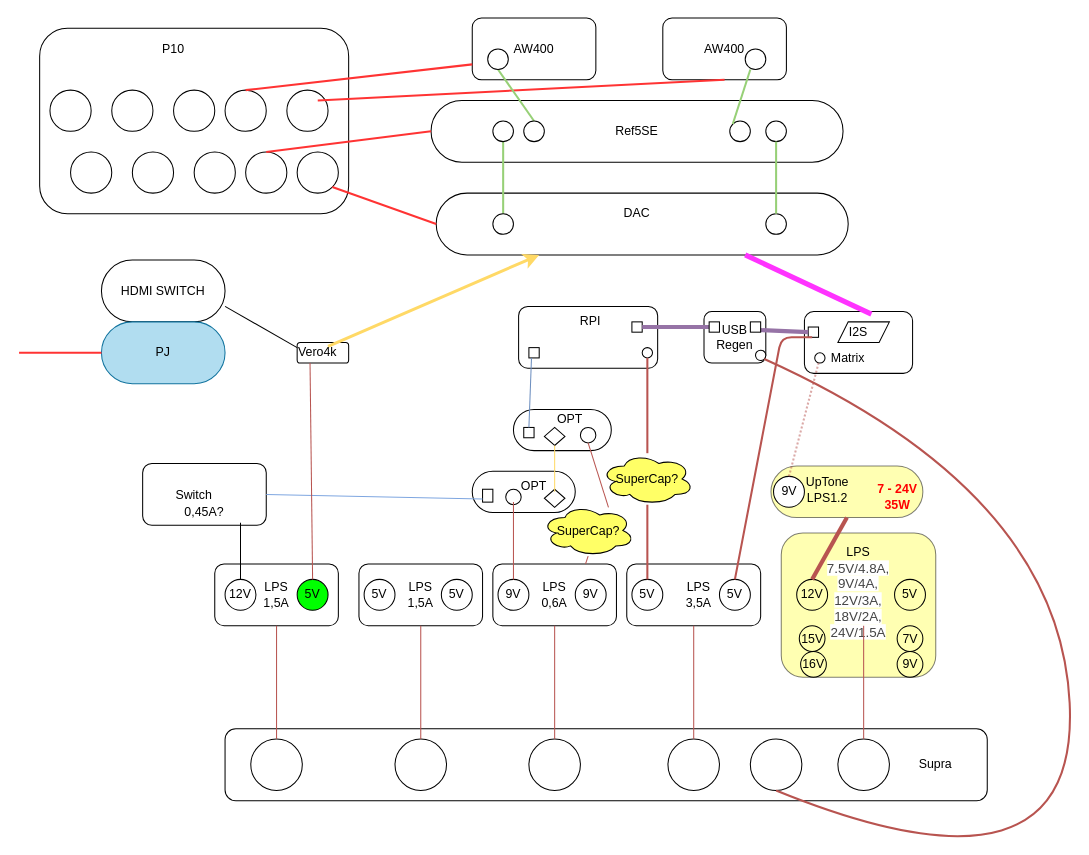
maniac0r/audio keeps this draw.io diagram as Audio2020.drawio. Above is the earlier version. Source tidied: cells renumbered, new cells numbered last; positions are measured from the earlier drawing's top-left corner, leaving out a move shared by most shapes. Both pictures are drawn from the tidied source at 103%, with x=0, y=0 at pixel (19, 18).
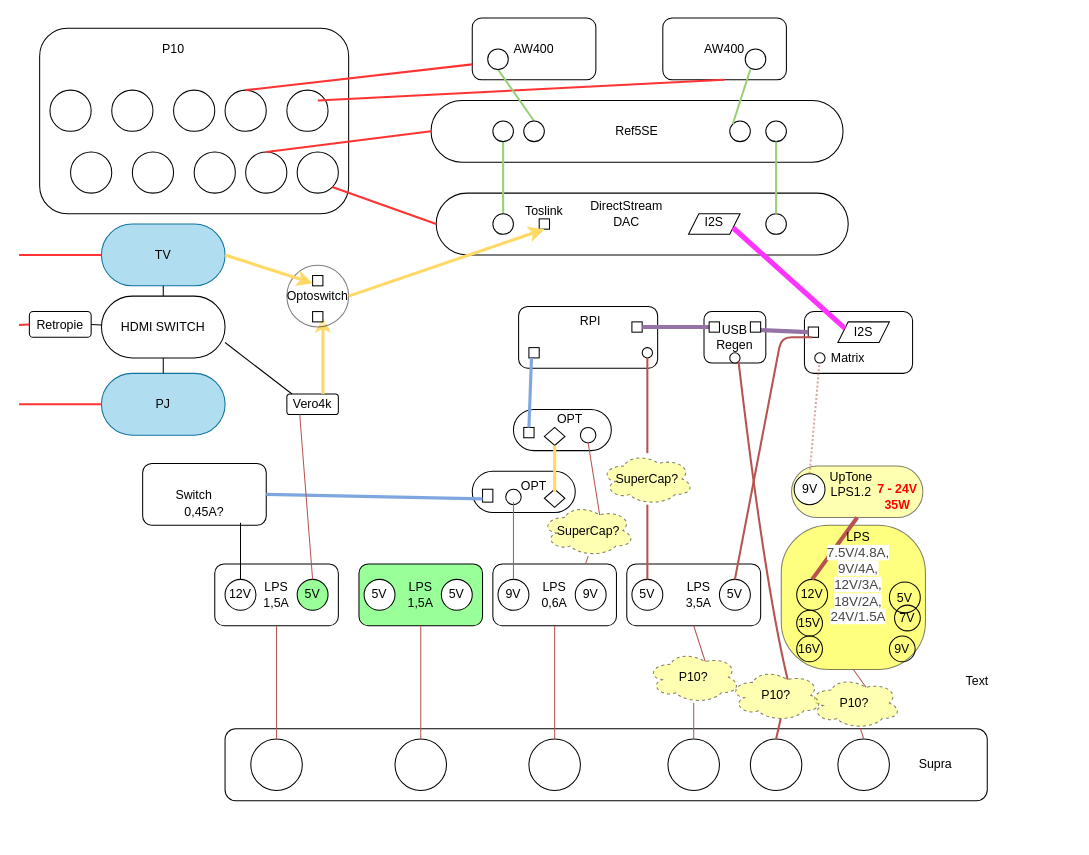
Above is the later version.

Unchanged cells that the change refers to:
```xml
<mxCell id="8" style="rounded=1;whiteSpace=wrap;html=1;" parent="1" vertex="1">
  <mxGeometry x="120" y="432.5" width="120" height="60" as="geometry" />
</mxCell>
<mxCell id="23" style="rounded=1;whiteSpace=wrap;html=1;" parent="1" vertex="1">
  <mxGeometry x="590" y="530" width="130" height="60" as="geometry" />
</mxCell>
<mxCell id="31" style="ellipse;whiteSpace=wrap;html=1;rotation=0;direction=south;" parent="1" vertex="1">
  <mxGeometry x="630" y="700" width="50" height="50" as="geometry" />
</mxCell>
<mxCell id="32" style="ellipse;whiteSpace=wrap;html=1;rotation=0;direction=south;" parent="1" vertex="1">
  <mxGeometry x="710" y="700" width="50" height="50" as="geometry" />
</mxCell>
<mxCell id="33" style="ellipse;whiteSpace=wrap;html=1;rotation=0;direction=south;" parent="1" vertex="1">
  <mxGeometry x="795" y="700" width="50" height="50" as="geometry" />
</mxCell>
<mxCell id="42" style="ellipse;whiteSpace=wrap;html=1;" parent="1" vertex="1">
  <mxGeometry x="545" y="397.5" width="15" height="15" as="geometry" />
</mxCell>
<mxCell id="46" style="rhombus;whiteSpace=wrap;html=1;rotation=-180;" parent="1" vertex="1">
  <mxGeometry x="510" y="397.5" width="20" height="17.5" as="geometry" />
</mxCell>
<mxCell id="54" style="rounded=0;whiteSpace=wrap;html=1;" parent="1" vertex="1">
  <mxGeometry x="495" y="320" width="10" height="10" as="geometry" />
</mxCell>
<mxCell id="55" style="rounded=0;whiteSpace=wrap;html=1;" parent="1" vertex="1">
  <mxGeometry x="490" y="397.5" width="10" height="10" as="geometry" />
</mxCell>
<mxCell id="57" style="rounded=0;whiteSpace=wrap;html=1;" parent="1" vertex="1">
  <mxGeometry x="450" y="457.5" width="10" height="12.5" as="geometry" />
</mxCell>
<mxCell id="72" style="shape=parallelogram;perimeter=parallelogramPerimeter;whiteSpace=wrap;html=1;" parent="1" vertex="1">
  <mxGeometry x="795" y="295" width="50" height="20" as="geometry" />
</mxCell>
```

Change to the diagram source:
```diff
@@
+    <mxCell id="131" style="rounded=1;whiteSpace=wrap;html=1;" parent="1" vertex="1">
+      <mxGeometry x="10" y="285" width="60" height="25" as="geometry" />
+    </mxCell>
+    <mxCell id="77" style="rounded=1;whiteSpace=wrap;html=1;arcSize=50;" parent="1" vertex="1">
+      <mxGeometry x="405" y="170" width="400" height="60" as="geometry" />
+    </mxCell>
+    <mxCell id="132" style="shape=parallelogram;perimeter=parallelogramPerimeter;whiteSpace=wrap;html=1;" parent="1" vertex="1">
+      <mxGeometry x="650" y="190" width="50" height="20" as="geometry" />
+    </mxCell>
+    <mxCell id="5" style="rounded=1;whiteSpace=wrap;html=1;" parent="1" vertex="1">
+      <mxGeometry x="762.5" y="285" width="105" height="60" as="geometry" />
+    </mxCell>
@@
     <mxCell id="3" style="rounded=1;whiteSpace=wrap;html=1;" parent="1" vertex="1">
-      <mxGeometry x="270" y="315" width="50" height="20" as="geometry" />
+      <mxGeometry x="260" y="365" width="50" height="20" as="geometry" />
     </mxCell>
-    <mxCell id="4" style="rounded=1;whiteSpace=wrap;html=1;fillColor=#FFFF66;opacity=50;" parent="1" vertex="1">
-      <mxGeometry x="740" y="500" width="150" height="140" as="geometry" />
+    <mxCell id="4" style="rounded=1;whiteSpace=wrap;html=1;opacity=50;fillColor=#FFFF00;arcSize=33;" parent="1" vertex="1">
+      <mxGeometry x="740" y="492.5" width="140" height="140" as="geometry" />
     </mxCell>
-    <mxCell id="5" style="rounded=1;whiteSpace=wrap;html=1;" parent="1" vertex="1">
-      <mxGeometry x="762.5" y="285" width="105" height="60" as="geometry" />
-    </mxCell>
     <mxCell id="6" value="7V" style="ellipse;whiteSpace=wrap;html=1;fillColor=none;" parent="1" vertex="1">
-      <mxGeometry x="852.5" y="590" width="25" height="25" as="geometry" />
+      <mxGeometry x="850" y="570" width="25" height="25" as="geometry" />
     </mxCell>
     <mxCell id="7" value="15V" style="ellipse;whiteSpace=wrap;html=1;fillColor=none;" parent="1" vertex="1">
-      <mxGeometry x="757.5" y="590" width="25" height="25" as="geometry" />
+      <mxGeometry x="755" y="575" width="25" height="25" as="geometry" />
     </mxCell>
@@
-    <mxCell id="13" value="5V" style="ellipse;whiteSpace=wrap;html=1;fillColor=#00FF00;" parent="1" vertex="1">
+    <mxCell id="13" value="5V" style="ellipse;whiteSpace=wrap;html=1;fillColor=#99FF99;" parent="1" vertex="1">
       <mxGeometry x="270" y="545" width="30" height="30" as="geometry" />
     </mxCell>
@@
-    <mxCell id="15" style="rounded=1;whiteSpace=wrap;html=1;" parent="1" vertex="1">
+    <mxCell id="15" style="rounded=1;whiteSpace=wrap;html=1;fillColor=#99FF99;" parent="1" vertex="1">
       <mxGeometry x="330" y="530" width="120" height="60" as="geometry" />
     </mxCell>
@@
-    <mxCell id="37" style="endArrow=none;html=1;fillColor=#f8cecc;strokeColor=#B85450;entryX=0.5;entryY=1;entryDx=0;entryDy=0;exitX=0;exitY=0.5;exitDx=0;exitDy=0;" parent="1" edge="1" source="31" target="23">
+    <mxCell id="37" style="endArrow=none;html=1;fillColor=#f8cecc;strokeColor=#B85450;entryX=0.5;entryY=1;entryDx=0;entryDy=0;exitX=0.625;exitY=0.2;exitDx=0;exitDy=0;exitPerimeter=0;" parent="1" edge="1" source="149" target="23">
       <mxGeometry relative="1" as="geometry" />
     </mxCell>
@@
-    <mxCell id="44" style="endArrow=none;html=1;fillColor=#f8cecc;strokeColor=#B85450;exitX=0.75;exitY=0;exitDx=0;exitDy=0;entryX=0.5;entryY=1;entryDx=0;entryDy=0;" parent="1" edge="1" source="123" target="42">
+    <mxCell id="44" style="endArrow=none;html=1;fillColor=#f8cecc;strokeColor=#B85450;exitX=0.625;exitY=0.2;exitDx=0;exitDy=0;entryX=0.5;entryY=1;entryDx=0;entryDy=0;exitPerimeter=0;" parent="1" edge="1" source="123" target="42">
       <mxGeometry relative="1" as="geometry" />
     </mxCell>
@@
-    <mxCell id="47" style="endArrow=none;html=1;fillColor=#f8cecc;entryX=0.5;entryY=0;entryDx=0;entryDy=0;strokeColor=#FFD966;" parent="1" edge="1" target="46">
+    <mxCell id="47" style="endArrow=none;html=1;fillColor=#f8cecc;entryX=0.5;entryY=0;entryDx=0;entryDy=0;strokeColor=#FFD966;strokeWidth=3;" parent="1" edge="1" target="46">
       <mxGeometry relative="1" as="geometry">
         <mxPoint x="520" y="460" as="sourcePoint" />
       </mxGeometry>
     </mxCell>
@@
-    <mxCell id="56" style="endArrow=none;html=1;strokeColor=#6c8ebf;fillColor=#dae8fc;exitX=0.5;exitY=0;exitDx=0;exitDy=0;entryX=0.25;entryY=1;entryDx=0;entryDy=0;" parent="1" edge="1" source="55" target="54">
+    <mxCell id="56" style="endArrow=none;html=1;fillColor=#dae8fc;exitX=0.5;exitY=0;exitDx=0;exitDy=0;entryX=0.25;entryY=1;entryDx=0;entryDy=0;strokeWidth=3;strokeColor=#7EA6E0;" parent="1" edge="1" source="55" target="54">
       <mxGeometry relative="1" as="geometry" />
     </mxCell>
@@
-    <mxCell id="58" style="endArrow=none;html=1;strokeColor=#7EA6E0;entryX=0;entryY=0.75;entryDx=0;entryDy=0;exitX=1;exitY=0.5;exitDx=0;exitDy=0;" parent="1" edge="1" source="8" target="57">
+    <mxCell id="58" style="endArrow=none;html=1;strokeColor=#7EA6E0;entryX=0;entryY=0.75;entryDx=0;entryDy=0;exitX=1;exitY=0.5;exitDx=0;exitDy=0;strokeWidth=3;" parent="1" edge="1" source="8" target="57">
       <mxGeometry relative="1" as="geometry" />
     </mxCell>
@@
     <mxCell id="64" style="rounded=1;whiteSpace=wrap;html=1;arcSize=50;fillColor=#FFFF66;opacity=50;" parent="1" vertex="1">
-      <mxGeometry x="730" y="435" width="147.5" height="50" as="geometry" />
+      <mxGeometry x="750" y="435" width="127.5" height="50" as="geometry" />
     </mxCell>
     <mxCell id="65" value="UpTone LPS1.2" style="text;html=1;strokeColor=none;fillColor=none;align=center;verticalAlign=middle;whiteSpace=wrap;rounded=0;rotation=0;" parent="1" vertex="1">
-      <mxGeometry x="765" y="445" width="40" height="25" as="geometry" />
+      <mxGeometry x="787.5" y="440" width="40" height="25" as="geometry" />
     </mxCell>
@@
     <mxCell id="67" value="9V" style="ellipse;whiteSpace=wrap;html=1;" parent="1" vertex="1">
-      <mxGeometry x="732.5" y="445" width="30" height="30" as="geometry" />
+      <mxGeometry x="752.5" y="442.5" width="30" height="30" as="geometry" />
     </mxCell>
     <mxCell id="68" value="LPS&lt;br&gt;&lt;span style=&quot;color: rgb(68 , 68 , 68) ; font-family: &amp;#34;helvetica&amp;#34; , &amp;#34;arial&amp;#34; , sans-serif ; font-size: 13px ; text-align: left ; background-color: rgb(255 , 255 , 255)&quot;&gt;7.5V/4.8A, 9V/4A, 12V/3A, 18V/2A, 24V/1.5A&lt;/span&gt;" style="text;html=1;strokeColor=none;fillColor=none;align=center;verticalAlign=middle;whiteSpace=wrap;rounded=0;" parent="1" vertex="1">
-      <mxGeometry x="795" y="550" width="40" height="15" as="geometry" />
+      <mxGeometry x="795" y="535" width="40" height="15" as="geometry" />
     </mxCell>
     <mxCell id="69" value="16V" style="ellipse;whiteSpace=wrap;html=1;fillColor=none;" parent="1" vertex="1">
-      <mxGeometry x="758.8" y="615" width="25" height="25" as="geometry" />
+      <mxGeometry x="755" y="600" width="25" height="25" as="geometry" />
     </mxCell>
     <mxCell id="70" value="5V" style="ellipse;whiteSpace=wrap;html=1;fillColor=none;" parent="1" vertex="1">
-      <mxGeometry x="850" y="545" width="30" height="30" as="geometry" />
+      <mxGeometry x="845" y="547.5" width="30" height="30" as="geometry" />
     </mxCell>
     <mxCell id="71" value="9V" style="ellipse;whiteSpace=wrap;html=1;fillColor=none;" parent="1" vertex="1">
-      <mxGeometry x="852.5" y="615" width="25" height="25" as="geometry" />
+      <mxGeometry x="845" y="600" width="25" height="25" as="geometry" />
     </mxCell>
@@
     <mxCell id="73" value="I2S" style="text;html=1;strokeColor=none;fillColor=none;align=center;verticalAlign=middle;whiteSpace=wrap;rounded=0;" parent="1" vertex="1">
-      <mxGeometry x="790" y="287.5" width="50" height="35" as="geometry" />
+      <mxGeometry x="795" y="290" width="50" height="30" as="geometry" />
     </mxCell>
@@
-    <mxCell id="77" style="rounded=1;whiteSpace=wrap;html=1;arcSize=50;" parent="1" vertex="1">
-      <mxGeometry x="405" y="170" width="400" height="60" as="geometry" />
-    </mxCell>
-    <mxCell id="78" value="DAC" style="text;html=1;strokeColor=none;fillColor=none;align=center;verticalAlign=middle;whiteSpace=wrap;rounded=0;" parent="1" vertex="1">
-      <mxGeometry x="580" y="180" width="40" height="20" as="geometry" />
+    <mxCell id="78" value="DirectStream DAC" style="text;html=1;strokeColor=none;fillColor=none;align=center;verticalAlign=middle;whiteSpace=wrap;rounded=0;" parent="1" vertex="1">
+      <mxGeometry x="540" y="180" width="100" height="20" as="geometry" />
     </mxCell>
-    <mxCell id="79" style="endArrow=none;html=1;entryX=0.75;entryY=1;entryDx=0;entryDy=0;exitX=0.75;exitY=0;exitDx=0;exitDy=0;strokeColor=#FF33FF;strokeWidth=5;" parent="1" edge="1" source="73" target="77">
+    <mxCell id="79" style="endArrow=none;html=1;entryX=1;entryY=0.75;entryDx=0;entryDy=0;strokeColor=#FF33FF;strokeWidth=5;exitX=0;exitY=0.25;exitDx=0;exitDy=0;" parent="1" edge="1" source="72" target="132">
       <mxGeometry relative="1" as="geometry" />
     </mxCell>
@@
-    <mxCell id="82" style="endArrow=none;html=1;fillColor=#f8cecc;strokeColor=#B85450;exitX=0;exitY=0.5;exitDx=0;exitDy=0;" parent="1" edge="1" source="33">
-      <mxGeometry relative="1" as="geometry">
-        <mxPoint x="820" y="590" as="targetPoint" />
-      </mxGeometry>
+    <mxCell id="82" style="endArrow=none;html=1;fillColor=#f8cecc;strokeColor=#B85450;exitX=0.5;exitY=1;exitDx=0;exitDy=0;entryX=0.625;entryY=0.2;entryDx=0;entryDy=0;entryPerimeter=0;" parent="1" edge="1" source="4" target="151">
+      <mxGeometry relative="1" as="geometry" />
     </mxCell>
@@
-    <mxCell id="114" style="endArrow=classic;html=1;entryX=0.25;entryY=1;entryDx=0;entryDy=0;fillColor=#fad7ac;strokeColor=#FFD966;rounded=1;strokeWidth=3;exitX=0.75;exitY=0.188;exitDx=0;exitDy=0;exitPerimeter=0;" parent="1" edge="1" source="116" target="77">
-      <mxGeometry relative="1" as="geometry" />
-    </mxCell>
@@
     <mxCell id="116" value="Vero4k" style="text;html=1;strokeColor=none;fillColor=none;align=center;verticalAlign=middle;whiteSpace=wrap;rounded=0;" parent="1" vertex="1">
-      <mxGeometry x="270" y="315" width="40" height="20" as="geometry" />
+      <mxGeometry x="265" y="365" width="40" height="20" as="geometry" />
     </mxCell>
     <mxCell id="117" value="HDMI SWITCH" style="rounded=1;whiteSpace=wrap;html=1;arcSize=50;" parent="1" vertex="1">
-      <mxGeometry x="80" y="235" width="120" height="60" as="geometry" />
+      <mxGeometry x="80" y="270" width="120" height="60" as="geometry" />
     </mxCell>
-    <mxCell id="118" style="endArrow=none;html=1;strokeWidth=1;entryX=0;entryY=0.25;entryDx=0;entryDy=0;exitX=1;exitY=0.75;exitDx=0;exitDy=0;" parent="1" edge="1" source="117" target="116">
+    <mxCell id="118" style="endArrow=none;html=1;strokeWidth=1;exitX=1;exitY=0.75;exitDx=0;exitDy=0;entryX=0;entryY=0;entryDx=0;entryDy=0;" parent="1" edge="1" source="117" target="116">
       <mxGeometry relative="1" as="geometry" />
     </mxCell>
     <mxCell id="119" value="PJ" style="rounded=1;whiteSpace=wrap;html=1;fillColor=#b1ddf0;arcSize=50;strokeColor=#10739e;" parent="1" vertex="1">
-      <mxGeometry x="80" y="295" width="120" height="60" as="geometry" />
+      <mxGeometry x="80" y="345" width="120" height="60" as="geometry" />
     </mxCell>
     <mxCell id="120" style="endArrow=none;html=1;strokeWidth=2;strokeColor=#FF3333;exitX=0;exitY=0.5;exitDx=0;exitDy=0;" parent="1" edge="1" source="119">
       <mxGeometry relative="1" as="geometry">
-        <mxPoint y="325" as="targetPoint" />
+        <mxPoint y="375" as="targetPoint" />
       </mxGeometry>
     </mxCell>
-    <mxCell id="121" value="SuperCap?" style="ellipse;shape=cloud;whiteSpace=wrap;html=1;fillColor=#FFFF66;" parent="1" vertex="1">
+    <mxCell id="121" value="SuperCap?" style="ellipse;shape=cloud;whiteSpace=wrap;html=1;fillColor=#FFFF66;dashed=1;opacity=50;" parent="1" vertex="1">
       <mxGeometry x="565" y="422.5" width="90" height="50" as="geometry" />
     </mxCell>
@@
-    <mxCell id="123" value="SuperCap?" style="ellipse;shape=cloud;whiteSpace=wrap;html=1;fillColor=#FFFF66;" parent="1" vertex="1">
+    <mxCell id="123" value="SuperCap?" style="ellipse;shape=cloud;whiteSpace=wrap;html=1;fillColor=#FFFF66;dashed=1;opacity=50;" parent="1" vertex="1">
       <mxGeometry x="507.5" y="472.5" width="90" height="50" as="geometry" />
     </mxCell>
@@
     <mxCell id="127" style="ellipse;whiteSpace=wrap;html=1;" parent="1" vertex="1">
-      <mxGeometry x="715" y="322.5" width="10" height="10" as="geometry" />
+      <mxGeometry x="690" y="325" width="10" height="10" as="geometry" />
     </mxCell>
-    <mxCell id="128" style="endArrow=none;html=1;fillColor=#f8cecc;strokeColor=#B85450;exitX=1;exitY=0.5;exitDx=0;exitDy=0;curved=1;entryX=1;entryY=1;entryDx=0;entryDy=0;strokeWidth=2;" parent="1" edge="1" source="32" target="127">
+    <mxCell id="128" style="endArrow=none;html=1;fillColor=#f8cecc;strokeColor=#B85450;exitX=0.625;exitY=0.2;exitDx=0;exitDy=0;curved=1;entryX=1;entryY=1;entryDx=0;entryDy=0;strokeWidth=2;exitPerimeter=0;" parent="1" edge="1" source="154" target="127">
       <mxGeometry relative="1" as="geometry">
         <Array as="points">
-          <mxPoint x="1030" y="870" />
-          <mxPoint x="1010" y="460" />
+          <mxPoint x="724" y="550" />
         </Array>
       </mxGeometry>
     </mxCell>
@@
+    <mxCell id="133" style="rounded=0;whiteSpace=wrap;html=1;" parent="1" vertex="1">
+      <mxGeometry x="505" y="195" width="10" height="10" as="geometry" />
+    </mxCell>
+    <mxCell id="134" value="I2S" style="text;html=1;strokeColor=none;fillColor=none;align=center;verticalAlign=middle;whiteSpace=wrap;rounded=0;" parent="1" vertex="1">
+      <mxGeometry x="650" y="180" width="50" height="35" as="geometry" />
+    </mxCell>
+    <mxCell id="135" value="Toslink" style="text;html=1;strokeColor=none;fillColor=none;align=center;verticalAlign=middle;whiteSpace=wrap;rounded=0;" parent="1" vertex="1">
+      <mxGeometry x="485" y="170" width="50" height="35" as="geometry" />
+    </mxCell>
+    <mxCell id="136" style="endArrow=classic;html=1;entryX=1;entryY=0.5;entryDx=0;entryDy=0;fillColor=#fad7ac;strokeColor=#FFD966;rounded=1;strokeWidth=3;exitX=0.75;exitY=0;exitDx=0;exitDy=0;" parent="1" edge="1" source="116" target="138">
+      <mxGeometry relative="1" as="geometry" />
+    </mxCell>
+    <mxCell id="137" value="Optoswitch" style="ellipse;whiteSpace=wrap;html=1;opacity=50;" parent="1" vertex="1">
+      <mxGeometry x="260" y="240" width="60" height="60" as="geometry" />
+    </mxCell>
+    <mxCell id="138" style="rounded=0;whiteSpace=wrap;html=1;" parent="1" vertex="1">
+      <mxGeometry x="285" y="285" width="10" height="10" as="geometry" />
+    </mxCell>
+    <mxCell id="139" style="rounded=0;whiteSpace=wrap;html=1;" parent="1" vertex="1">
+      <mxGeometry x="285" y="250" width="10" height="10" as="geometry" />
+    </mxCell>
+    <mxCell id="140" style="endArrow=classic;html=1;entryX=0.5;entryY=1;entryDx=0;entryDy=0;fillColor=#fad7ac;strokeColor=#FFD966;rounded=1;strokeWidth=3;exitX=1;exitY=0.5;exitDx=0;exitDy=0;" parent="1" edge="1" source="137" target="135">
+      <mxGeometry relative="1" as="geometry" />
+    </mxCell>
+    <mxCell id="141" style="endArrow=none;html=1;strokeWidth=1;entryX=0.5;entryY=0;entryDx=0;entryDy=0;exitX=0.5;exitY=1;exitDx=0;exitDy=0;" parent="1" edge="1" source="117" target="119">
+      <mxGeometry relative="1" as="geometry" />
+    </mxCell>
+    <mxCell id="142" value="TV" style="rounded=1;whiteSpace=wrap;html=1;fillColor=#b1ddf0;arcSize=50;strokeColor=#10739e;" parent="1" vertex="1">
+      <mxGeometry x="80" y="200" width="120" height="60" as="geometry" />
+    </mxCell>
+    <mxCell id="143" style="endArrow=none;html=1;strokeWidth=1;exitX=0.5;exitY=0;exitDx=0;exitDy=0;" parent="1" edge="1" source="117">
+      <mxGeometry relative="1" as="geometry">
+        <mxPoint x="140" y="260" as="targetPoint" />
+      </mxGeometry>
+    </mxCell>
+    <mxCell id="144" style="endArrow=none;html=1;strokeWidth=2;strokeColor=#FF3333;exitX=0;exitY=0.5;exitDx=0;exitDy=0;" parent="1" edge="1" source="142">
+      <mxGeometry relative="1" as="geometry">
+        <mxPoint y="230" as="targetPoint" />
+      </mxGeometry>
+    </mxCell>
+    <mxCell id="145" style="endArrow=classic;html=1;entryX=0;entryY=0.75;entryDx=0;entryDy=0;fillColor=#fad7ac;strokeColor=#FFD966;rounded=1;strokeWidth=3;exitX=1;exitY=0.5;exitDx=0;exitDy=0;" parent="1" edge="1" source="142" target="139">
+      <mxGeometry relative="1" as="geometry" />
+    </mxCell>
+    <mxCell id="146" value="Retropie" style="text;html=1;strokeColor=none;fillColor=none;align=center;verticalAlign=middle;whiteSpace=wrap;rounded=0;" parent="1" vertex="1">
+      <mxGeometry x="20" y="275" width="40" height="45" as="geometry" />
+    </mxCell>
+    <mxCell id="147" style="endArrow=none;html=1;strokeWidth=1;exitX=1;exitY=0.5;exitDx=0;exitDy=0;" parent="1" edge="1" source="131">
+      <mxGeometry relative="1" as="geometry">
+        <mxPoint x="80" y="298" as="targetPoint" />
+      </mxGeometry>
+    </mxCell>
+    <mxCell id="148" style="endArrow=none;html=1;strokeWidth=2;strokeColor=#FF3333;exitX=0;exitY=0.5;exitDx=0;exitDy=0;" parent="1" edge="1" source="131">
+      <mxGeometry relative="1" as="geometry">
+        <mxPoint y="298" as="targetPoint" />
+      </mxGeometry>
+    </mxCell>
+    <mxCell id="149" value="P10?" style="ellipse;shape=cloud;whiteSpace=wrap;html=1;fillColor=#FFFF66;dashed=1;opacity=50;" parent="1" vertex="1">
+      <mxGeometry x="610" y="615" width="90" height="50" as="geometry" />
+    </mxCell>
+    <mxCell id="150" style="endArrow=none;html=1;fillColor=#f8cecc;strokeColor=#B85450;entryX=0.5;entryY=1;entryDx=0;entryDy=0;exitX=0;exitY=0.5;exitDx=0;exitDy=0;" parent="1" edge="1" source="31" target="149">
+      <mxGeometry relative="1" as="geometry" />
+    </mxCell>
+    <mxCell id="151" value="P10?" style="ellipse;shape=cloud;whiteSpace=wrap;html=1;fillColor=#FFFF66;dashed=1;opacity=50;" parent="1" vertex="1">
+      <mxGeometry x="766.2" y="640" width="90" height="50" as="geometry" />
+    </mxCell>
+    <mxCell id="152" style="endArrow=none;html=1;fillColor=#f8cecc;strokeColor=#B85450;exitX=0;exitY=0.5;exitDx=0;exitDy=0;" parent="1" edge="1" source="33" target="151">
+      <mxGeometry relative="1" as="geometry" />
+    </mxCell>
+    <mxCell id="153" value="Text" style="text;html=1;align=center;verticalAlign=middle;" parent="1" vertex="1">
+      <mxGeometry x="910" y="634" width="40" height="20" as="geometry" />
+    </mxCell>
+    <mxCell id="154" value="P10?" style="ellipse;shape=cloud;whiteSpace=wrap;html=1;fillColor=#FFFF66;dashed=1;opacity=50;" parent="1" vertex="1">
+      <mxGeometry x="690" y="632.5" width="90" height="50" as="geometry" />
+    </mxCell>
+    <mxCell id="155" style="endArrow=none;html=1;fillColor=#f8cecc;strokeColor=#B85450;exitX=0.55;exitY=0.95;exitDx=0;exitDy=0;curved=1;strokeWidth=2;exitPerimeter=0;" parent="1" edge="1" source="154">
+      <mxGeometry relative="1" as="geometry">
+        <mxPoint x="735" y="700" as="targetPoint" />
+      </mxGeometry>
+    </mxCell>
```
